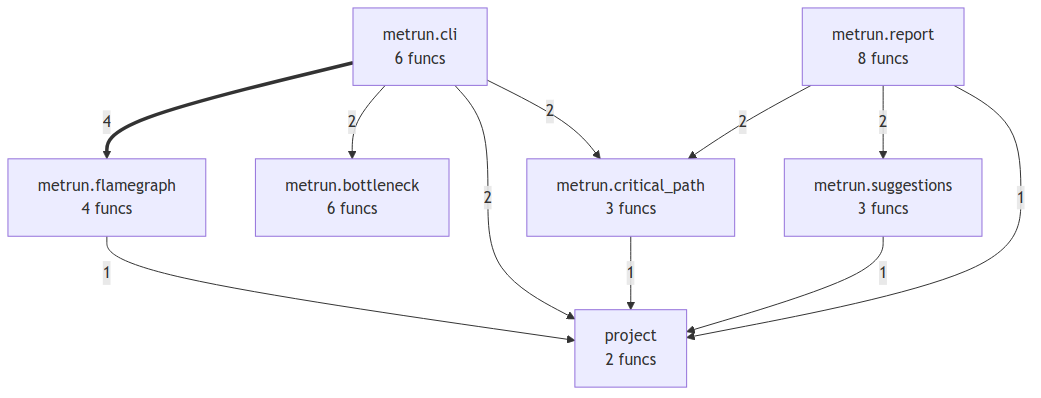
The Mermaid diagram project/compact_flow.png in semcod/metrun, before a commit. Its source is kept beside it as project/compact_flow.mmd.
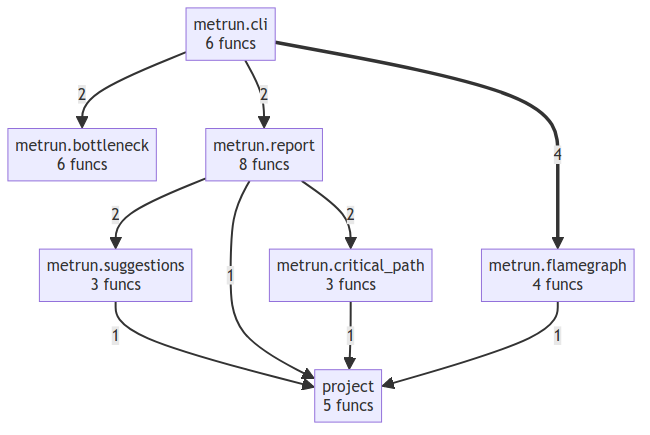
After the change.

What changed in the source:
```diff
@@ -5,14 +5,13 @@
     metrun__flamegraph["metrun.flamegraph<br/>4 funcs"]
     metrun__report["metrun.report<br/>8 funcs"]
     metrun__suggestions["metrun.suggestions<br/>3 funcs"]
-    project["project<br/>2 funcs"]
+    project["project<br/>5 funcs"]
     metrun__cli ==>|4| metrun__flamegraph
     metrun__cli -->|2| metrun__bottleneck
-    metrun__cli -->|2| project
-    metrun__cli -->|2| metrun__critical_path
+    metrun__cli -->|2| metrun__report
     metrun__report -->|2| metrun__critical_path
     metrun__report -->|2| metrun__suggestions
     metrun__suggestions -->|1| project
     metrun__report -->|1| project
+    metrun__critical_path -->|1| project
     metrun__flamegraph -->|1| project
-    metrun__critical_path -->|1| project
```
